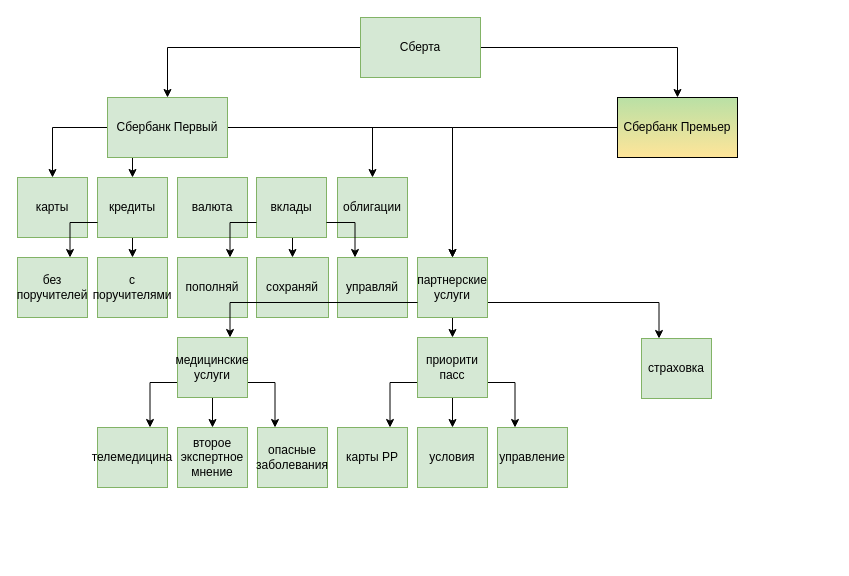
Before: storage/categories/etc/NosferatuZodd.drawio in ilyamirin/NosferatuZodd, a draw.io diagram. Source tidied: cells renumbered, new cells numbered last; positions are measured from the earlier drawing's top-left corner, leaving out a move shared by most shapes. Both pictures are drawn from the tidied source at 100%, with x=0, y=0 at pixel (17, 17).
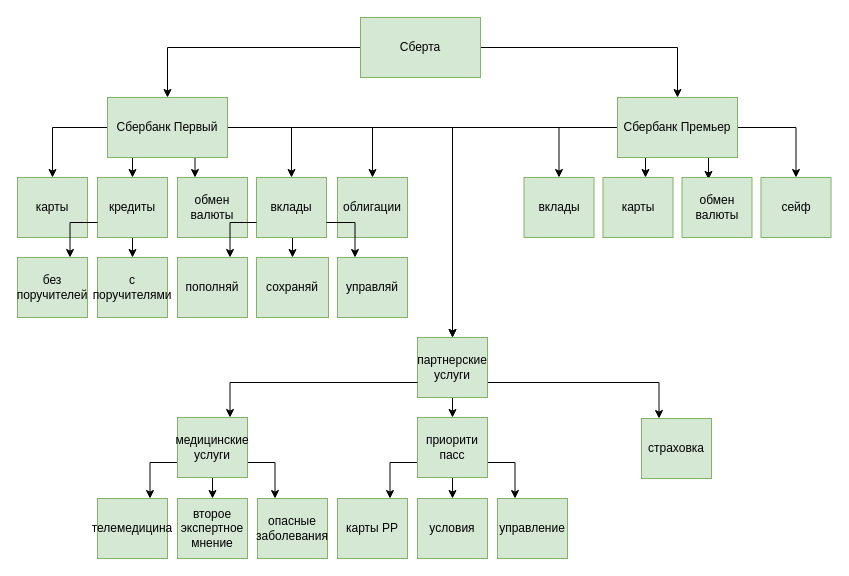
The same page after the edit.

Commit message (it also covers changes not shown here):
mod schema

The change refers to these unchanged cells:
```xml
<mxCell id="9" value="Сбербанк Первый" style="rounded=0;whiteSpace=wrap;html=1;fillColor=#d5e8d4;strokeColor=#82b366;" parent="1" vertex="1">
  <mxGeometry x="90" y="80" width="120" height="60" as="geometry" />
</mxCell>
<mxCell id="15" value="вклады" style="rounded=0;whiteSpace=wrap;html=1;fillColor=#d5e8d4;strokeColor=#82b366;" parent="1" vertex="1">
  <mxGeometry x="239" y="160" width="70" height="60" as="geometry" />
</mxCell>
```

What changed in the source:
```diff
@@
+    <mxCell id="46" style="edgeStyle=orthogonalEdgeStyle;rounded=0;jettySize=auto;html=1;exitX=1;exitY=0.5;exitDx=0;exitDy=0;" parent="1" edge="1" source="9" target="15">
+      <mxGeometry relative="1" as="geometry" />
+    </mxCell>
+    <mxCell id="47" style="edgeStyle=orthogonalEdgeStyle;rounded=0;jettySize=auto;html=1;exitX=0.75;exitY=1;exitDx=0;exitDy=0;entryX=0.25;entryY=0;entryDx=0;entryDy=0;" parent="1" edge="1" source="9" target="16">
+      <mxGeometry relative="1" as="geometry" />
+    </mxCell>
@@
+    <mxCell id="48" style="edgeStyle=orthogonalEdgeStyle;rounded=0;jettySize=auto;html=1;exitX=0.25;exitY=1;exitDx=0;exitDy=0;entryX=0.607;entryY=0;entryDx=0;entryDy=0;entryPerimeter=0;" parent="1" edge="1" source="11" target="52">
+      <mxGeometry relative="1" as="geometry" />
+    </mxCell>
+    <mxCell id="49" style="edgeStyle=orthogonalEdgeStyle;rounded=0;jettySize=auto;html=1;exitX=0.75;exitY=1;exitDx=0;exitDy=0;entryX=0.379;entryY=0.033;entryDx=0;entryDy=0;entryPerimeter=0;" parent="1" edge="1" source="11" target="54">
+      <mxGeometry relative="1" as="geometry" />
+    </mxCell>
+    <mxCell id="50" style="edgeStyle=orthogonalEdgeStyle;rounded=0;jettySize=auto;html=1;exitX=1;exitY=0.5;exitDx=0;exitDy=0;" parent="1" edge="1" source="11" target="55">
+      <mxGeometry relative="1" as="geometry" />
+    </mxCell>
+    <mxCell id="51" style="edgeStyle=orthogonalEdgeStyle;rounded=0;jettySize=auto;html=1;exitX=0;exitY=0.5;exitDx=0;exitDy=0;" parent="1" edge="1" source="11" target="53">
+      <mxGeometry relative="1" as="geometry" />
+    </mxCell>
-    <mxCell id="11" value="Сбербанк Премьер" style="rounded=0;whiteSpace=wrap;html=1;fillColor=#B9E0A5;gradientColor=#FFE599;" parent="1" vertex="1">
+    <mxCell id="11" value="Сбербанк Премьер" style="rounded=0;whiteSpace=wrap;html=1;fillColor=#d5e8d4;strokeColor=#82b366;" parent="1" vertex="1">
       <mxGeometry x="600" y="80" width="120" height="60" as="geometry" />
     </mxCell>
@@
-    <mxCell id="16" value="валюта" style="rounded=0;whiteSpace=wrap;html=1;fillColor=#d5e8d4;strokeColor=#82b366;" parent="1" vertex="1">
+    <mxCell id="16" value="обмен валюты" style="rounded=0;whiteSpace=wrap;html=1;fillColor=#d5e8d4;strokeColor=#82b366;" parent="1" vertex="1">
       <mxGeometry x="160" y="160" width="70" height="60" as="geometry" />
     </mxCell>
@@
     <mxCell id="20" value="партнерские услуги" style="rounded=0;whiteSpace=wrap;html=1;fillColor=#d5e8d4;strokeColor=#82b366;" parent="1" vertex="1">
-      <mxGeometry x="400" y="240" width="70" height="60" as="geometry" />
+      <mxGeometry x="400" y="320" width="70" height="60" as="geometry" />
     </mxCell>
@@
     <mxCell id="24" value="медицинские услуги" style="rounded=0;whiteSpace=wrap;html=1;fillColor=#d5e8d4;strokeColor=#82b366;" parent="1" vertex="1">
-      <mxGeometry x="160" y="320" width="70" height="60" as="geometry" />
+      <mxGeometry x="160" y="400" width="70" height="60" as="geometry" />
     </mxCell>
@@
     <mxCell id="32" value="страховка" style="rounded=0;whiteSpace=wrap;html=1;fillColor=#d5e8d4;strokeColor=#82b366;" parent="1" vertex="1">
-      <mxGeometry x="624" y="321" width="70" height="60" as="geometry" />
+      <mxGeometry x="624" y="401" width="70" height="60" as="geometry" />
     </mxCell>
@@
     <mxCell id="36" value="приорити пасс" style="rounded=0;whiteSpace=wrap;html=1;fillColor=#d5e8d4;strokeColor=#82b366;" parent="1" vertex="1">
-      <mxGeometry x="400" y="320" width="70" height="60" as="geometry" />
+      <mxGeometry x="400" y="400" width="70" height="60" as="geometry" />
     </mxCell>
     <mxCell id="37" value="телемедицина" style="rounded=0;whiteSpace=wrap;html=1;fillColor=#d5e8d4;strokeColor=#82b366;" parent="1" vertex="1">
-      <mxGeometry x="80" y="410" width="70" height="60" as="geometry" />
+      <mxGeometry x="80" y="481" width="70" height="60" as="geometry" />
     </mxCell>
     <mxCell id="38" value="второе экспертное мнение" style="rounded=0;whiteSpace=wrap;html=1;fillColor=#d5e8d4;strokeColor=#82b366;" parent="1" vertex="1">
-      <mxGeometry x="160" y="410" width="70" height="60" as="geometry" />
+      <mxGeometry x="160" y="481" width="70" height="60" as="geometry" />
     </mxCell>
     <mxCell id="39" value="опасные заболевания" style="rounded=0;whiteSpace=wrap;html=1;fillColor=#d5e8d4;strokeColor=#82b366;" parent="1" vertex="1">
-      <mxGeometry x="240" y="410" width="70" height="60" as="geometry" />
+      <mxGeometry x="240" y="481" width="70" height="60" as="geometry" />
     </mxCell>
@@
     <mxCell id="42" value="карты PP" style="rounded=0;whiteSpace=wrap;html=1;fillColor=#d5e8d4;strokeColor=#82b366;" parent="1" vertex="1">
-      <mxGeometry x="320" y="410" width="70" height="60" as="geometry" />
+      <mxGeometry x="320" y="481" width="70" height="60" as="geometry" />
     </mxCell>
     <mxCell id="43" value="условия" style="rounded=0;whiteSpace=wrap;html=1;fillColor=#d5e8d4;strokeColor=#82b366;" parent="1" vertex="1">
-      <mxGeometry x="400" y="410" width="70" height="60" as="geometry" />
+      <mxGeometry x="400" y="481" width="70" height="60" as="geometry" />
     </mxCell>
     <mxCell id="44" value="управление" style="rounded=0;whiteSpace=wrap;html=1;fillColor=#d5e8d4;strokeColor=#82b366;" parent="1" vertex="1">
-      <mxGeometry x="480" y="410" width="70" height="60" as="geometry" />
+      <mxGeometry x="480" y="481" width="70" height="60" as="geometry" />
     </mxCell>
@@
+    <mxCell id="52" value="карты" style="rounded=0;whiteSpace=wrap;html=1;fillColor=#d5e8d4;strokeColor=#82b366;" parent="1" vertex="1">
+      <mxGeometry x="585.5" y="160" width="70" height="60" as="geometry" />
+    </mxCell>
+    <mxCell id="53" value="вклады" style="rounded=0;whiteSpace=wrap;html=1;fillColor=#d5e8d4;strokeColor=#82b366;" parent="1" vertex="1">
+      <mxGeometry x="506.5" y="160" width="70" height="60" as="geometry" />
+    </mxCell>
+    <mxCell id="54" value="обмен валюты" style="rounded=0;whiteSpace=wrap;html=1;fillColor=#d5e8d4;strokeColor=#82b366;" parent="1" vertex="1">
+      <mxGeometry x="664.5" y="160" width="70" height="60" as="geometry" />
+    </mxCell>
+    <mxCell id="55" value="сейф" style="rounded=0;whiteSpace=wrap;html=1;fillColor=#d5e8d4;strokeColor=#82b366;" parent="1" vertex="1">
+      <mxGeometry x="743.5" y="160" width="70" height="60" as="geometry" />
+    </mxCell>
```
